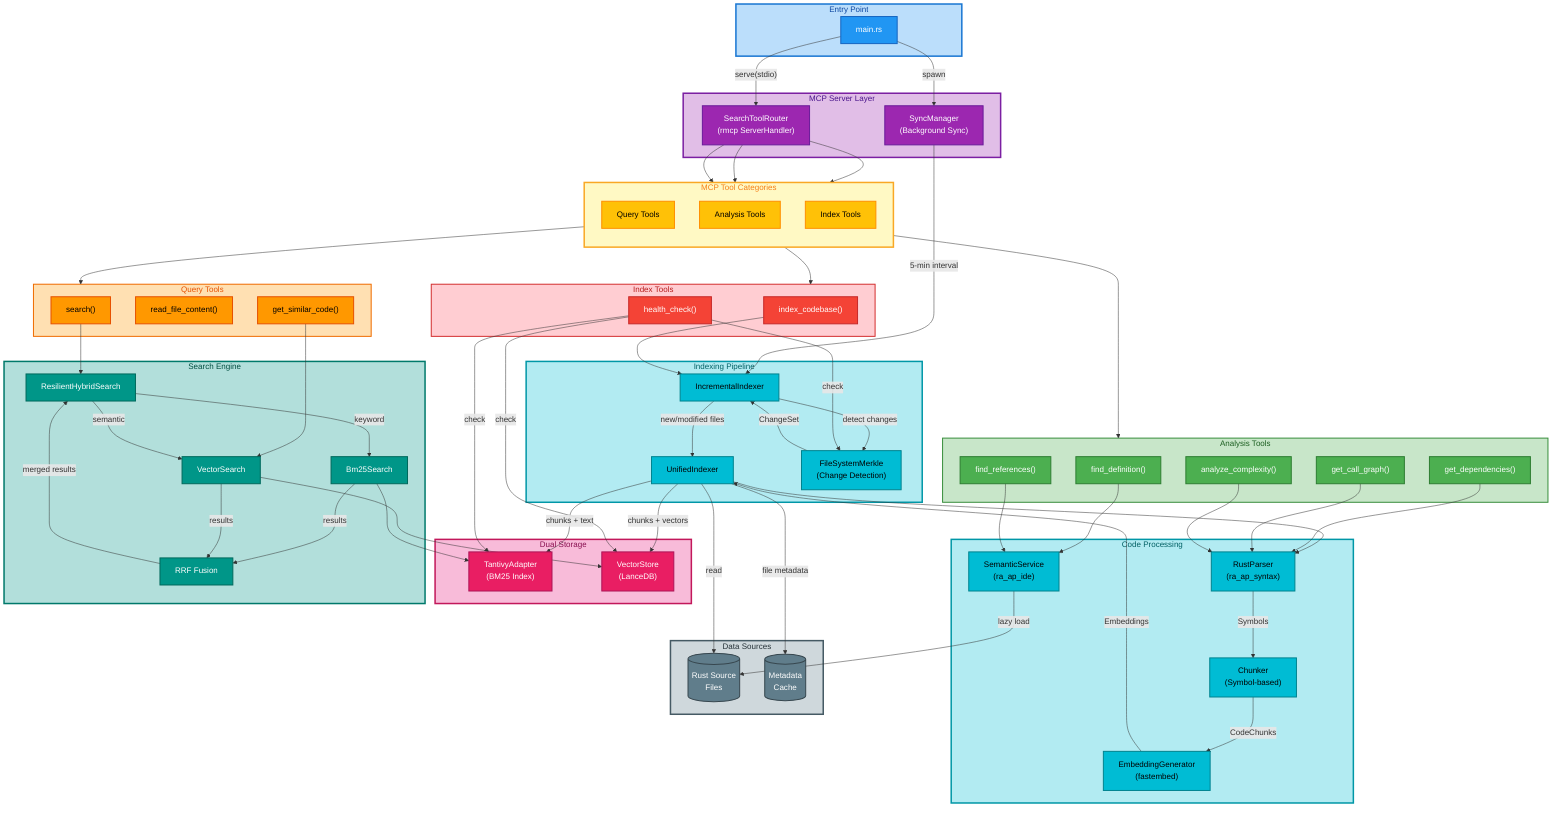
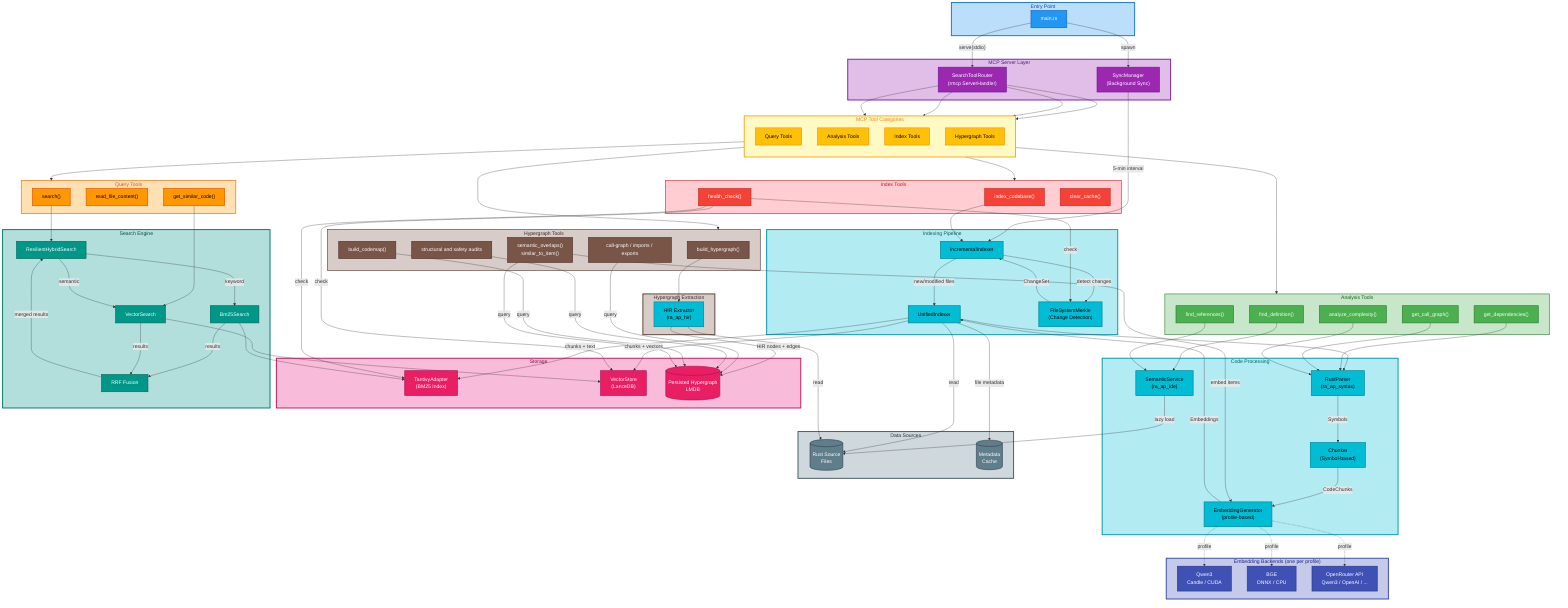
flowchart TB
    subgraph Entry["Entry Point"]
        main["main.rs"]
    end

    subgraph MCP["MCP Server Layer"]
        router["SearchToolRouter<br/>(rmcp ServerHandler)"]
        sync["SyncManager<br/>(Background Sync)"]
    end

    subgraph Tools["MCP Tool Categories"]
        direction TB
        query["Query Tools"]
        analysis["Analysis Tools"]
        index["Index Tools"]
+         hypergraph["Hypergraph Tools"]
    end

    subgraph QueryTools["Query Tools"]
        search_tool["search()"]
        read_file["read_file_content()"]
        similar["get_similar_code()"]
    end

    subgraph AnalysisTools["Analysis Tools"]
        find_def["find_definition()"]
        find_ref["find_references()"]
        get_deps["get_dependencies()"]
        call_graph["get_call_graph()"]
        complexity["analyze_complexity()"]
    end

    subgraph IndexTools["Index Tools"]
        index_cb["index_codebase()"]
        health["health_check()"]
+         clear["clear_cache()"]
+     end
+ 
+     subgraph HypergraphTools["Hypergraph Tools"]
+         build_hg["build_hypergraph()"]
+         graph_q["call-graph / imports / exports"]
+         audits["structural and safety audits"]
+         sem["semantic_overlaps()<br/>similar_to_item()"]
+         codemap["build_codemap()"]
    end

    subgraph Indexing["Indexing Pipeline"]
        incremental["IncrementalIndexer"]
        unified["UnifiedIndexer"]
        merkle["FileSystemMerkle<br/>(Change Detection)"]
    end

    subgraph Processing["Code Processing"]
        parser["RustParser<br/>(ra_ap_syntax)"]
-         semantic["SemanticService<br/>(ra_ap_ide)"]
+         semantic_svc["SemanticService<br/>(ra_ap_ide)"]
        chunker["Chunker<br/>(Symbol-based)"]
-         embedder["EmbeddingGenerator<br/>(fastembed)"]
-     end
- 
-     subgraph Storage["Dual Storage"]
+         embedder["EmbeddingGenerator<br/>(profile-based)"]
+     end
+ 
+     subgraph Embedding["Embedding Backends (one per profile)"]
+         qwen3gpu["Qwen3<br/>Candle / CUDA"]
+         bgecpu["BGE<br/>ONNX / CPU"]
+         openrouter["OpenRouter API<br/>Qwen3 / OpenAI / ..."]
+     end
+ 
+     subgraph HIR["Hypergraph Extraction"]
+         extractor["HIR Extractor<br/>(ra_ap_hir)"]
+     end
+ 
+     subgraph Storage["Storage"]
        tantivy["TantivyAdapter<br/>(BM25 Index)"]
        lancedb["VectorStore<br/>(LanceDB)"]
+         hgstore[("Persisted Hypergraph<br/>LMDB")]
    end

    subgraph Search["Search Engine"]
        resilient["ResilientHybridSearch"]
        bm25["Bm25Search"]
        vector["VectorSearch"]
        rrf["RRF Fusion"]
    end

    subgraph DataFlow["Data Sources"]
        files[("Rust Source<br/>Files")]
        cache[("Metadata<br/>Cache")]
    end

    %% Entry flow
    main -->|"spawn"| sync
    main -->|"serve(stdio)"| router

    %% Router to tools
    router --> query
    router --> analysis
    router --> index
+     router --> hypergraph

    query --> QueryTools
    analysis --> AnalysisTools
    index --> IndexTools
+     hypergraph --> HypergraphTools

    %% Sync manager flow
    sync -->|"5-min interval"| incremental

    %% Index tool flow
    index_cb --> incremental

    %% Indexing pipeline
    incremental -->|"detect changes"| merkle
    merkle -->|"ChangeSet"| incremental
    incremental -->|"new/modified files"| unified

    %% Processing pipeline
    unified -->|"read"| files
    unified --> parser
    parser -->|"Symbols"| chunker
    chunker -->|"CodeChunks"| embedder
    embedder -->|"Embeddings"| unified
+ 
+     %% Embedding backend selection (one per embedding profile)
+     embedder -.->|"profile"| qwen3gpu
+     embedder -.->|"profile"| bgecpu
+     embedder -.->|"profile"| openrouter

    %% Dual indexing
    unified -->|"chunks + text"| tantivy
    unified -->|"chunks + vectors"| lancedb
    unified -->|"file metadata"| cache

    %% Search flow
    search_tool --> resilient
    similar --> vector

    resilient -->|"keyword"| bm25
    resilient -->|"semantic"| vector
    bm25 --> tantivy
    vector --> lancedb
    bm25 -->|"results"| rrf
    vector -->|"results"| rrf
    rrf -->|"merged results"| resilient

    %% Analysis tools
-     find_def --> semantic
-     find_ref --> semantic
-     semantic -->|"lazy load"| files
+     find_def --> semantic_svc
+     find_ref --> semantic_svc
+     semantic_svc -->|"lazy load"| files
    get_deps --> parser
    call_graph --> parser
    complexity --> parser
+ 
+     %% Hypergraph subsystem
+     build_hg --> extractor
+     extractor -->|"read"| files
+     extractor -->|"HIR nodes + edges"| hgstore
+     graph_q -->|"query"| hgstore
+     audits -->|"query"| hgstore
+     codemap -->|"query"| hgstore
+     sem -->|"query"| hgstore
+     sem -->|"embed items"| embedder

    %% Health check
    health -->|"check"| tantivy
    health -->|"check"| lancedb
    health -->|"check"| merkle

    %% Node Styling - Dark text on lighter backgrounds
    classDef entry fill:#2196F3,stroke:#1565C0,color:#ffffff,stroke-width:2px
    classDef mcp fill:#9C27B0,stroke:#6A1B9A,color:#ffffff,stroke-width:2px
    classDef queryTool fill:#FF9800,stroke:#E65100,color:#000000,stroke-width:2px
    classDef analysisTool fill:#4CAF50,stroke:#2E7D32,color:#ffffff,stroke-width:2px
    classDef indexTool fill:#F44336,stroke:#C62828,color:#ffffff,stroke-width:2px
+     classDef hgTool fill:#795548,stroke:#4E342E,color:#ffffff,stroke-width:2px
    classDef process fill:#00BCD4,stroke:#00838F,color:#000000,stroke-width:2px
+     classDef embed fill:#3F51B5,stroke:#283593,color:#ffffff,stroke-width:2px
    classDef storage fill:#E91E63,stroke:#AD1457,color:#ffffff,stroke-width:2px
    classDef search fill:#009688,stroke:#00695C,color:#ffffff,stroke-width:2px
    classDef data fill:#607D8B,stroke:#37474F,color:#ffffff,stroke-width:2px
    classDef category fill:#FFC107,stroke:#FF8F00,color:#000000,stroke-width:2px

    %% Apply styles
    class main entry
    class router,sync mcp
-     class query,analysis,index category
+     class query,analysis,index,hypergraph category
    class search_tool,read_file,similar queryTool
    class find_def,find_ref,get_deps,call_graph,complexity analysisTool
-     class index_cb,health indexTool
-     class parser,semantic,chunker,embedder,incremental,unified,merkle process
-     class tantivy,lancedb storage
+     class index_cb,health,clear indexTool
+     class build_hg,graph_q,audits,sem,codemap hgTool
+     class parser,semantic_svc,chunker,embedder,incremental,unified,merkle,extractor process
+     class qwen3gpu,bgecpu,openrouter embed
+     class tantivy,lancedb,hgstore storage
    class resilient,bm25,vector,rrf search
    class files,cache data

    %% Subgraph styling
    style Entry fill:#BBDEFB,stroke:#1976D2,stroke-width:3px,color:#0D47A1
    style MCP fill:#E1BEE7,stroke:#7B1FA2,stroke-width:3px,color:#4A148C
    style Tools fill:#FFF9C4,stroke:#F9A825,stroke-width:3px,color:#F57F17
    style QueryTools fill:#FFE0B2,stroke:#EF6C00,stroke-width:2px,color:#E65100
    style AnalysisTools fill:#C8E6C9,stroke:#388E3C,stroke-width:2px,color:#1B5E20
    style IndexTools fill:#FFCDD2,stroke:#D32F2F,stroke-width:2px,color:#B71C1C
+     style HypergraphTools fill:#D7CCC8,stroke:#5D4037,stroke-width:2px,color:#3E2723
    style Indexing fill:#B2EBF2,stroke:#0097A7,stroke-width:3px,color:#006064
    style Processing fill:#B2EBF2,stroke:#0097A7,stroke-width:3px,color:#006064
+     style Embedding fill:#C5CAE9,stroke:#3949AB,stroke-width:3px,color:#1A237E
+     style HIR fill:#D7CCC8,stroke:#5D4037,stroke-width:3px,color:#3E2723
    style Storage fill:#F8BBD9,stroke:#C2185B,stroke-width:3px,color:#880E4F
    style Search fill:#B2DFDB,stroke:#00796B,stroke-width:3px,color:#004D40
    style DataFlow fill:#CFD8DC,stroke:#455A64,stroke-width:3px,color:#263238
